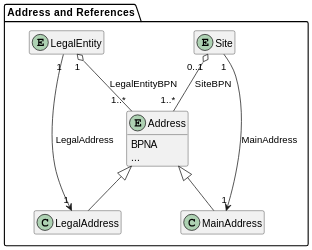
The PlantUML diagram docs/standards/CX-0010-BusinessPartnerNumber/assets/diagrams/class/address-simple.svg in catenax-eV/catenax-ev.github.io, before a commit. Its diagram source:
```plantuml
@startuml address-simple

skinparam dpi 50

package "Address and References" {
  entity LegalEntity {}

  entity Site {}

  entity Address {
    BPNA
    ...
  }

  class LegalAddress {}

  class MainAddress {}

  Address "1..*" -u-o "1" LegalEntity : LegalEntityBPN
  Address "1..*" -u-o "0..1" Site: SiteBPN

  LegalEntity "1" --> "1" LegalAddress : LegalAddress
  LegalAddress -u-|> Address

  Site "1" --> "1" MainAddress : MainAddress
  MainAddress -u-|> Address
}

hide methods
hide LegalAddress members
hide MainAddress members
hide LegalEntity members
hide Site members
@enduml
```
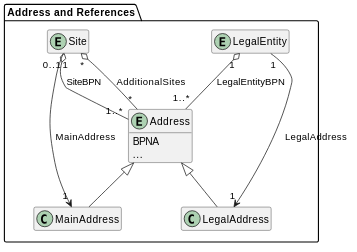
The same file after the commit.

The edit, as a diff of the source:
```diff
@@ -1,5 +1,4 @@
-@startuml address-simple
-
+@startuml
 skinparam dpi 50
 
 package "Address and References" {
@@ -18,6 +17,7 @@
 
   Address "1..*" -u-o "1" LegalEntity : LegalEntityBPN
   Address "1..*" -u-o "0..1" Site: SiteBPN
+  Address "*" -u-o "*" Site : AdditionalSites
 
   LegalEntity "1" --> "1" LegalAddress : LegalAddress
   LegalAddress -u-|> Address
```
